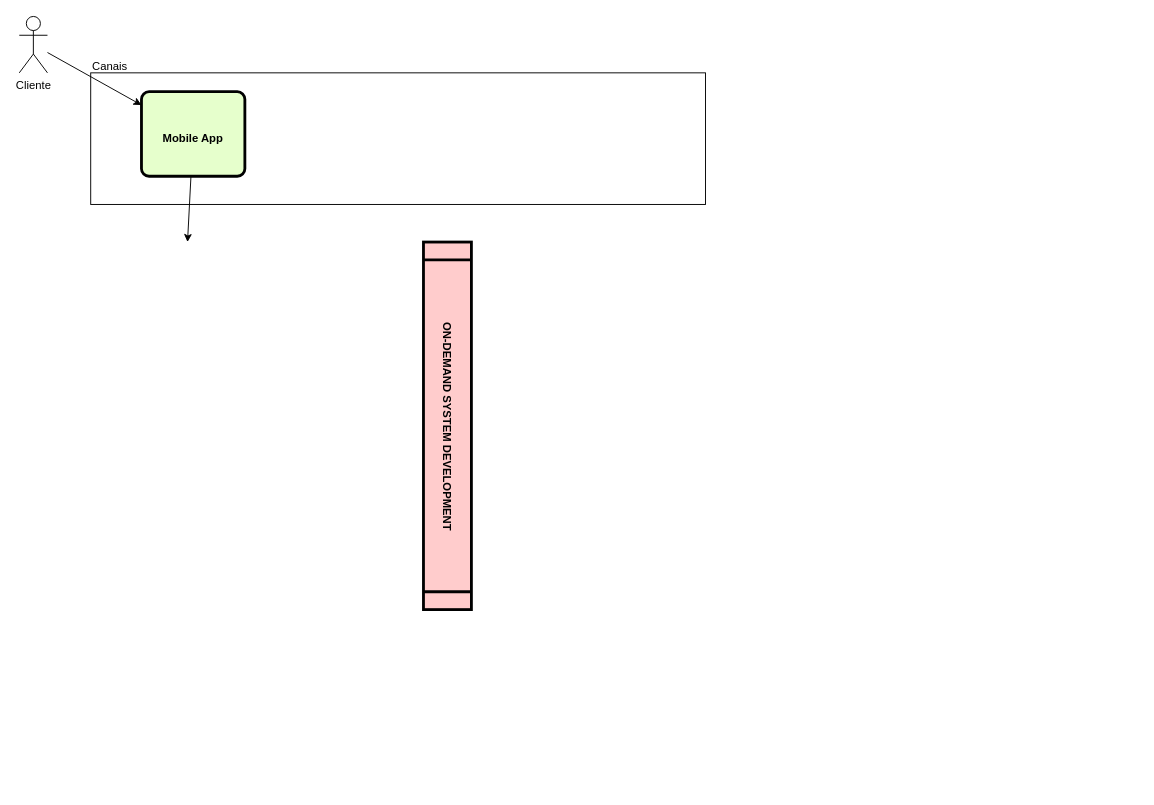
Above: Untitled Diagram.drawio in lucypbraz/Projects (draw.io), before the change. Source tidied: cells renumbered, new cells numbered last; positions are measured from the earlier drawing's top-left corner, leaving out a move shared by most shapes. Both pictures are drawn from the tidied source at 94%, with x=0, y=0 at pixel (19, 16).
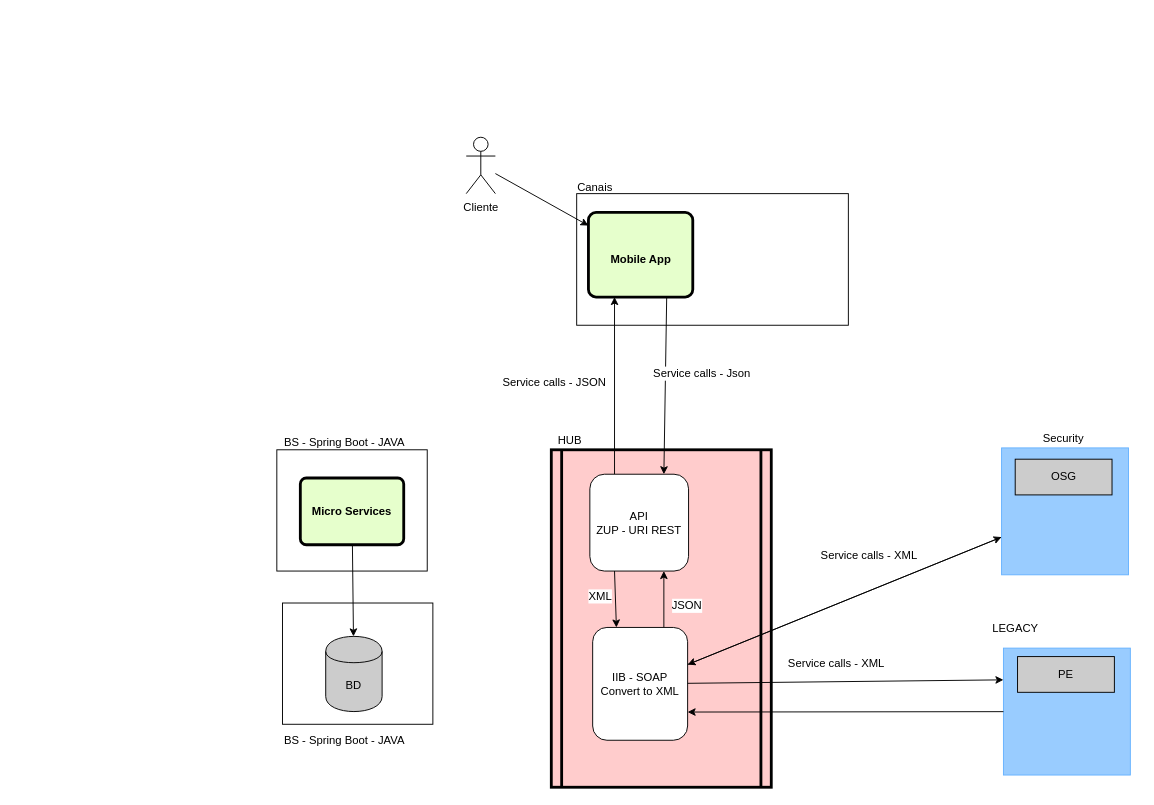
Above is the later version.

Diff of the diagram source:
```diff
@@
+    <mxCell id="9" style="rounded=0;whiteSpace=wrap;html=1;" parent="1" vertex="1">
+      <mxGeometry x="280" y="624" width="160" height="129" as="geometry" />
+    </mxCell>
+    <mxCell id="10" style="whiteSpace=wrap;html=1;strokeColor=#66B2FF;fillColor=#99CCFF;" parent="1" vertex="1">
+      <mxGeometry x="1047" y="672" width="135" height="135" as="geometry" />
+    </mxCell>
+    <mxCell id="5" style="shape=process;whiteSpace=wrap;align=center;verticalAlign=middle;size=0.0475;fontStyle=1;strokeWidth=3;fillColor=#FFCCCC;rotation=0;" parent="1" vertex="1">
+      <mxGeometry x="566" y="461" width="234" height="359" as="geometry" />
+    </mxCell>
     <mxCell id="2" style="rounded=0;whiteSpace=wrap;html=1;" parent="1" vertex="1">
-      <mxGeometry x="76" y="60" width="654" height="140" as="geometry" />
+      <mxGeometry x="593" y="188.5" width="289" height="140" as="geometry" />
     </mxCell>
-    <mxCell id="3" style="edgeStyle=none;rounded=0;jettySize=auto;html=1;" parent="1" edge="1" source="4">
-      <mxGeometry relative="1" as="geometry">
-        <mxPoint x="179" y="240" as="targetPoint" />
-      </mxGeometry>
+    <mxCell id="3" style="edgeStyle=none;rounded=0;jettySize=auto;html=1;entryX=0.75;entryY=0;entryDx=0;entryDy=0;exitX=0.75;exitY=1;exitDx=0;exitDy=0;" parent="1" edge="1" source="4" target="16">
+      <mxGeometry relative="1" as="geometry" />
     </mxCell>
+    <mxCell id="11" value="Service calls - Json" style="text;html=1;align=center;verticalAlign=middle;labelBackgroundColor=#ffffff;" parent="3" vertex="1">
+      <mxGeometry x="-0.12" y="2" relative="1" as="geometry">
+        <mxPoint x="36" y="-2.5" as="offset" />
+      </mxGeometry>
+    </mxCell>
     <mxCell id="4" value="&lt;br&gt;&lt;br&gt;&lt;br&gt;Mobile App&lt;br&gt;" style="verticalAlign=middle;align=center;overflow=fill;fontSize=12;fontFamily=Helvetica;html=1;rounded=1;fontStyle=1;strokeWidth=3;fillColor=#E6FFCC;arcSize=9;" parent="1" vertex="1">
-      <mxGeometry x="130" y="80" width="110" height="90" as="geometry" />
+      <mxGeometry x="605.5" y="208.5" width="111" height="90" as="geometry" />
     </mxCell>
-    <mxCell id="5" value="ON-DEMAND SYSTEM DEVELOPMENT" style="shape=process;whiteSpace=wrap;align=center;verticalAlign=middle;size=0.0475;fontStyle=1;strokeWidth=3;fillColor=#FFCCCC;rotation=90;" parent="1" vertex="1">
-      <mxGeometry x="260" y="410" width="391" height="51" as="geometry" />
-    </mxCell>
@@
     <mxCell id="7" value="Cliente" style="shape=umlActor;verticalLabelPosition=bottom;labelBackgroundColor=#ffffff;verticalAlign=top;html=1;outlineConnect=0;" parent="1" vertex="1">
-      <mxGeometry width="30" height="60" as="geometry" />
+      <mxGeometry x="475.5" y="128.5" width="31" height="60" as="geometry" />
     </mxCell>
     <mxCell id="8" value="Canais" style="text;html=1;align=left;verticalAlign=top;spacingTop=-4;" parent="1" vertex="1">
-      <mxGeometry x="76" y="43" width="50" height="10" as="geometry" />
+      <mxGeometry x="592" y="171.5" width="50" height="10" as="geometry" />
     </mxCell>
+    <mxCell id="12" style="edgeStyle=none;rounded=0;jettySize=auto;html=1;exitX=0.25;exitY=0;exitDx=0;exitDy=0;entryX=0.25;entryY=1;entryDx=0;entryDy=0;" parent="1" edge="1" source="16" target="4">
+      <mxGeometry relative="1" as="geometry" />
+    </mxCell>
+    <mxCell id="13" value="Service calls - JSON" style="text;html=1;align=center;verticalAlign=middle;labelBackgroundColor=#ffffff;" parent="12" vertex="1">
+      <mxGeometry x="0.18" y="2" relative="1" as="geometry">
+        <mxPoint x="-63" y="13" as="offset" />
+      </mxGeometry>
+    </mxCell>
+    <mxCell id="14" style="edgeStyle=none;rounded=0;jettySize=auto;html=1;exitX=0.25;exitY=1;exitDx=0;exitDy=0;entryX=0.25;entryY=0;entryDx=0;entryDy=0;" parent="1" edge="1" source="16" target="21">
+      <mxGeometry relative="1" as="geometry" />
+    </mxCell>
+    <mxCell id="15" value="JSON" style="text;html=1;align=center;verticalAlign=middle;labelBackgroundColor=#ffffff;" parent="14" vertex="1">
+      <mxGeometry x="-0.56" y="-1" relative="1" as="geometry">
+        <mxPoint x="77" y="23.5" as="offset" />
+      </mxGeometry>
+    </mxCell>
+    <mxCell id="16" value="&lt;span&gt;API &lt;br&gt;ZUP - URI REST&lt;/span&gt;" style="rounded=1;whiteSpace=wrap;html=1;" parent="1" vertex="1">
+      <mxGeometry x="607" y="487" width="105" height="103" as="geometry" />
+    </mxCell>
+    <mxCell id="17" value="&lt;span&gt;HUB&lt;/span&gt;" style="text;html=1;strokeColor=none;fillColor=none;align=center;verticalAlign=middle;whiteSpace=wrap;rounded=0;rotation=0;" parent="1" vertex="1">
+      <mxGeometry x="565.5" y="441" width="40" height="20" as="geometry" />
+    </mxCell>
+    <mxCell id="18" style="edgeStyle=none;rounded=0;jettySize=auto;html=1;entryX=0.75;entryY=1;entryDx=0;entryDy=0;exitX=0.75;exitY=0;exitDx=0;exitDy=0;" parent="1" edge="1" source="21" target="16">
+      <mxGeometry relative="1" as="geometry" />
+    </mxCell>
+    <mxCell id="19" value="XML" style="text;html=1;align=center;verticalAlign=middle;labelBackgroundColor=#ffffff;" parent="18" vertex="1">
+      <mxGeometry x="-0.27" y="3" relative="1" as="geometry">
+        <mxPoint x="-65" y="-11.5" as="offset" />
+      </mxGeometry>
+    </mxCell>
+    <mxCell id="20" style="edgeStyle=none;rounded=0;jettySize=auto;html=1;" parent="1" edge="1" source="21" target="26">
+      <mxGeometry relative="1" as="geometry" />
+    </mxCell>
+    <mxCell id="21" value="IIB - SOAP&lt;br&gt;Convert to XML&lt;br&gt;" style="rounded=1;whiteSpace=wrap;html=1;" parent="1" vertex="1">
+      <mxGeometry x="610" y="650" width="101" height="120" as="geometry" />
+    </mxCell>
+    <mxCell id="22" value="LEGACY" style="text;html=1;strokeColor=none;fillColor=none;align=center;verticalAlign=middle;whiteSpace=wrap;rounded=0;" parent="1" vertex="1">
+      <mxGeometry x="1039.5" y="641" width="40" height="20" as="geometry" />
+    </mxCell>
+    <mxCell id="23" value="PE" style="rounded=0;whiteSpace=wrap;html=1;fillColor=#CCCCCC;strokeColor=#000000;shadow=0;" parent="1" vertex="1">
+      <mxGeometry x="1062" y="681" width="103" height="38" as="geometry" />
+    </mxCell>
+    <mxCell id="24" style="edgeStyle=none;rounded=0;orthogonalLoop=1;jettySize=auto;html=1;exitX=1;exitY=0.5;exitDx=0;exitDy=0;" parent="1" edge="1" source="10" target="10">
+      <mxGeometry relative="1" as="geometry" />
+    </mxCell>
+    <mxCell id="25" style="edgeStyle=none;rounded=0;jettySize=auto;html=1;" parent="1" edge="1" source="26" target="21">
+      <mxGeometry relative="1" as="geometry" />
+    </mxCell>
+    <mxCell id="26" style="whiteSpace=wrap;html=1;strokeColor=#66B2FF;fillColor=#99CCFF;" parent="1" vertex="1">
+      <mxGeometry x="1045" y="459" width="135" height="135" as="geometry" />
+    </mxCell>
+    <mxCell id="27" value="OSG" style="rounded=0;whiteSpace=wrap;html=1;fillColor=#CCCCCC;strokeColor=#000000;shadow=0;" parent="1" vertex="1">
+      <mxGeometry x="1059.5" y="471" width="103" height="38" as="geometry" />
+    </mxCell>
+    <mxCell id="28" value="Security" style="text;html=1;strokeColor=none;fillColor=none;align=center;verticalAlign=middle;whiteSpace=wrap;rounded=0;" parent="1" vertex="1">
+      <mxGeometry x="1091" y="439" width="40" height="20" as="geometry" />
+    </mxCell>
+    <mxCell id="29" style="edgeStyle=none;rounded=0;jettySize=auto;html=1;entryX=0;entryY=0.25;entryDx=0;entryDy=0;" parent="1" edge="1" source="21" target="10">
+      <mxGeometry relative="1" as="geometry" />
+    </mxCell>
+    <mxCell id="30" value="Service calls - XML" style="text;html=1;align=center;verticalAlign=middle;labelBackgroundColor=#ffffff;" parent="29" vertex="1">
+      <mxGeometry x="0.34" y="2" relative="1" as="geometry">
+        <mxPoint x="-67" y="-16.5" as="offset" />
+      </mxGeometry>
+    </mxCell>
+    <mxCell id="31" style="edgeStyle=none;rounded=0;jettySize=auto;html=1;entryX=1;entryY=0.75;entryDx=0;entryDy=0;" parent="1" edge="1" source="10" target="21">
+      <mxGeometry relative="1" as="geometry" />
+    </mxCell>
+    <mxCell id="32" value="Service calls - XML" style="text;html=1;" parent="1" vertex="1">
+      <mxGeometry x="851" y="560" width="130" height="30" as="geometry" />
+    </mxCell>
+    <mxCell id="33" style="rounded=0;whiteSpace=wrap;html=1;" parent="1" vertex="1">
+      <mxGeometry x="274" y="461" width="160" height="129" as="geometry" />
+    </mxCell>
+    <mxCell id="34" style="edgeStyle=none;rounded=0;jettySize=auto;html=1;" parent="1" edge="1" source="35" target="37">
+      <mxGeometry relative="1" as="geometry" />
+    </mxCell>
+    <mxCell id="35" value="&lt;br&gt;&lt;br&gt;Micro Services&lt;br&gt;" style="verticalAlign=middle;align=center;overflow=fill;fontSize=12;fontFamily=Helvetica;html=1;rounded=1;fontStyle=1;strokeWidth=3;fillColor=#E6FFCC;arcSize=9;" parent="1" vertex="1">
+      <mxGeometry x="299" y="491" width="110" height="71" as="geometry" />
+    </mxCell>
+    <mxCell id="36" value="BS - Spring Boot - JAVA" style="text;html=1;align=left;verticalAlign=top;spacingTop=-4;" parent="1" vertex="1">
+      <mxGeometry x="280" y="443.5" width="140" height="10" as="geometry" />
+    </mxCell>
+    <mxCell id="37" value="BD" style="shape=cylinder;whiteSpace=wrap;html=1;boundedLbl=1;backgroundOutline=1;shadow=0;strokeColor=#000000;fillColor=#CCCCCC;" parent="1" vertex="1">
+      <mxGeometry x="326" y="659.5" width="60" height="80" as="geometry" />
+    </mxCell>
+    <mxCell id="38" value="BS - Spring Boot - JAVA" style="text;html=1;align=left;verticalAlign=top;spacingTop=-4;" parent="1" vertex="1">
+      <mxGeometry x="280" y="759.5" width="140" height="10" as="geometry" />
+    </mxCell>
```
